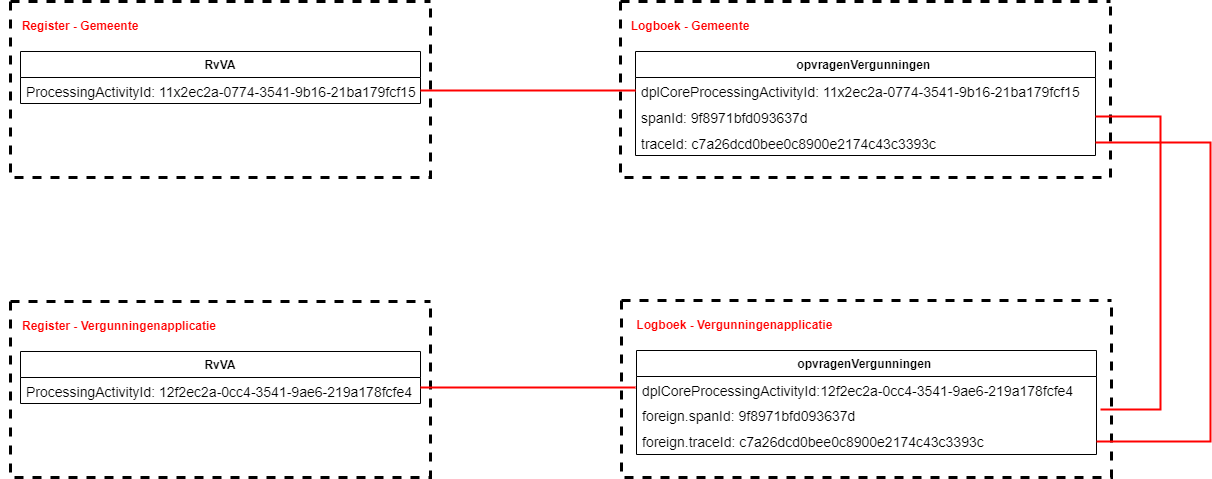
The draw.io diagram media/relatie-tussen-gegevens-parkeervergunning-inzien.png in Logius-standaarden/logboek-dataverwerkingen-inleiding, before a commit. Source tidied: cells renumbered, new cells last; positions are measured from the earlier drawing's top-left corner, leaving out a move shared by most shapes.
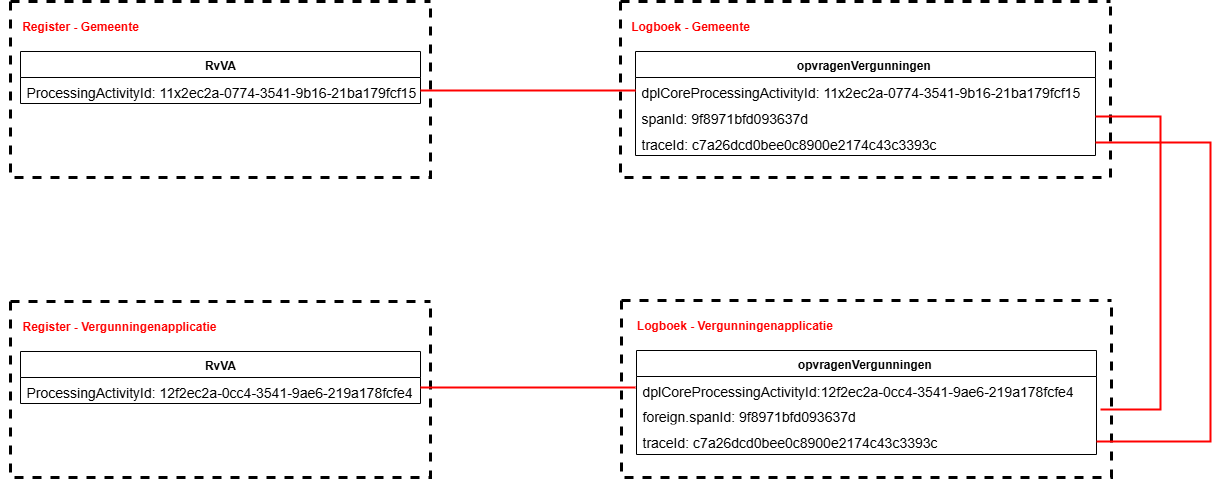
The same file after the commit.

Commit message:
Aanpassing Inleiding document: Verwijderen Foreign_TraceId (#39)

The edit, as a diff of the source:
```diff
@@ -62,7 +62,7 @@
     <mxCell id="21" value="&lt;span style=&quot;font-size: 14px; line-height: 14.98px;&quot;&gt;foreign.spanId:&amp;nbsp;&lt;/span&gt;&lt;span style=&quot;font-size: 14px; line-height: 14.98px;&quot;&gt;9f8971bfd093637d&lt;/span&gt;" style="text;strokeColor=none;fillColor=none;align=left;verticalAlign=top;spacingLeft=4;spacingRight=4;overflow=hidden;whiteSpace=wrap;html=1;" parent="19" vertex="1">
       <mxGeometry y="52" width="460" height="26" as="geometry" />
     </mxCell>
-    <mxCell id="22" value="&lt;span style=&quot;font-size: 14px; line-height: 14.98px;&quot;&gt;foreign.traceId:&amp;nbsp;&lt;/span&gt;&lt;span style=&quot;font-size: 14px; line-height: 14.98px;&quot;&gt;c7a26dcd0bee0c8900e2174c43c3393c&lt;/span&gt;" style="text;strokeColor=none;fillColor=none;align=left;verticalAlign=top;spacingLeft=4;spacingRight=4;overflow=hidden;points=[[0,0.5],[1,0.5]];portConstraint=eastwest;whiteSpace=wrap;html=1;" parent="19" vertex="1">
+    <mxCell id="22" value="&lt;span style=&quot;font-size: 14px; line-height: 14.98px;&quot;&gt;traceId:&amp;nbsp;&lt;/span&gt;&lt;span style=&quot;font-size: 14px; line-height: 14.98px;&quot;&gt;c7a26dcd0bee0c8900e2174c43c3393c&lt;/span&gt;" style="text;strokeColor=none;fillColor=none;align=left;verticalAlign=top;spacingLeft=4;spacingRight=4;overflow=hidden;points=[[0,0.5],[1,0.5]];portConstraint=eastwest;whiteSpace=wrap;html=1;" parent="19" vertex="1">
       <mxGeometry y="78" width="460" height="26" as="geometry" />
     </mxCell>
     <mxCell id="23" style="rounded=0;orthogonalLoop=1;jettySize=auto;html=1;entryX=0;entryY=0.5;entryDx=0;entryDy=0;endArrow=none;endFill=0;strokeWidth=2;strokeColor=#FF0000;" parent="1" edge="1">
```
